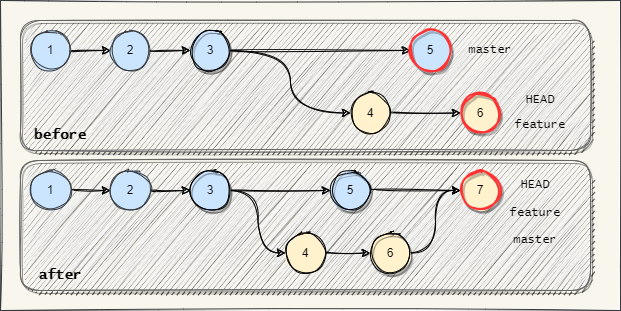
Above: Assets/images/git-merge-3-way.png in braboj/tutorial-git (draw.io), before the change. Source tidied: cells renumbered, new cells last; positions are measured from the earlier drawing's top-left corner, leaving out a move shared by most shapes.
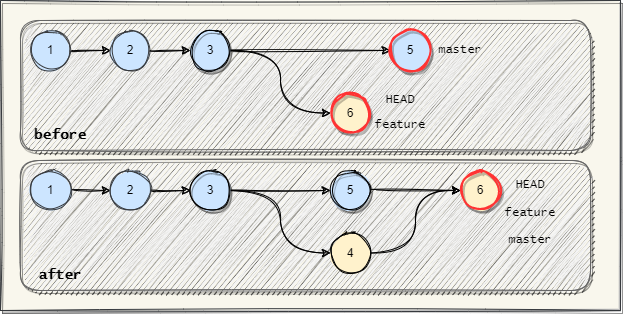
The same file after the commit.

The edit, as a diff of the source:
```diff
@@ -2,7 +2,7 @@
   <root>
     <mxCell id="0" />
     <mxCell id="1" parent="0" />
-    <mxCell id="2" style="rounded=0;whiteSpace=wrap;html=1;sketch=1;fillStyle=solid;fontFamily=Lucida Console;strokeColor=#36393d;fillColor=#f9f7ed;" parent="1" vertex="1">
+    <mxCell id="2" style="rounded=0;whiteSpace=wrap;html=1;sketch=1;fillStyle=solid;fontFamily=Lucida Console;strokeColor=#36393d;fillColor=#f9f7ed;shadow=1;" parent="1" vertex="1">
       <mxGeometry width="620" height="310" as="geometry" />
     </mxCell>
     <mxCell id="3" style="rounded=1;whiteSpace=wrap;html=1;sketch=1;fillStyle=zigzag;fillColor=#f5f5f5;fontColor=#333333;strokeColor=#666666;shadow=1;" parent="1" vertex="1">
@@ -20,38 +20,32 @@
     <mxCell id="7" value="2" style="ellipse;whiteSpace=wrap;html=1;sketch=1;rounded=0;fillColor=#cce5ff;strokeColor=#36393d;fillStyle=solid;" parent="1" vertex="1">
       <mxGeometry x="110" y="30" width="40" height="40" as="geometry" />
     </mxCell>
-    <mxCell id="8" style="edgeStyle=orthogonalEdgeStyle;rounded=0;jettySize=auto;html=1;entryX=0;entryY=0.5;entryDx=0;entryDy=0;sketch=1;curved=1;" parent="1" edge="1" source="10" target="12">
-      <mxGeometry relative="1" as="geometry" />
-    </mxCell>
     <mxCell id="9" style="edgeStyle=orthogonalEdgeStyle;curved=1;sketch=1;jettySize=auto;html=1;fontFamily=Lucida Console;fontSize=14;" parent="1" edge="1" source="10" target="18">
       <mxGeometry relative="1" as="geometry" />
     </mxCell>
+    <mxCell id="38" style="edgeStyle=orthogonalEdgeStyle;curved=1;sketch=1;jettySize=auto;html=1;entryX=0;entryY=0.5;entryDx=0;entryDy=0;fontFamily=Lucida Console;fontSize=14;" parent="1" edge="1" source="10" target="13">
+      <mxGeometry relative="1" as="geometry" />
+    </mxCell>
     <mxCell id="10" value="3" style="ellipse;whiteSpace=wrap;html=1;sketch=1;rounded=0;fillColor=#cce5ff;strokeColor=#000000;fillStyle=solid;strokeWidth=1;shadow=1;" parent="1" vertex="1">
       <mxGeometry x="190" y="30" width="40" height="40" as="geometry" />
     </mxCell>
-    <mxCell id="11" style="edgeStyle=orthogonalEdgeStyle;rounded=0;jettySize=auto;html=1;sketch=1;curved=1;" parent="1" edge="1" source="12" target="13">
-      <mxGeometry relative="1" as="geometry" />
-    </mxCell>
-    <mxCell id="12" value="4" style="ellipse;whiteSpace=wrap;html=1;sketch=1;rounded=0;fillColor=#fff2cc;strokeColor=#000000;fillStyle=solid;" parent="1" vertex="1">
-      <mxGeometry x="350" y="92.5" width="40" height="40" as="geometry" />
-    </mxCell>
     <mxCell id="13" value="6" style="ellipse;whiteSpace=wrap;html=1;sketch=1;rounded=0;fillColor=#fff2cc;strokeColor=#FF3333;fillStyle=solid;strokeWidth=2;shadow=1;" parent="1" vertex="1">
-      <mxGeometry x="460" y="92.5" width="40" height="40" as="geometry" />
+      <mxGeometry x="330" y="92.5" width="40" height="40" as="geometry" />
     </mxCell>
     <mxCell id="14" value="master" style="text;html=1;strokeColor=none;fillColor=none;align=center;verticalAlign=middle;whiteSpace=wrap;rounded=0;sketch=1;fontFamily=Lucida Console;" parent="1" vertex="1">
-      <mxGeometry x="460" y="35" width="60" height="30" as="geometry" />
+      <mxGeometry x="430" y="35" width="60" height="30" as="geometry" />
     </mxCell>
     <mxCell id="15" value="feature" style="text;html=1;strokeColor=none;fillColor=none;align=center;verticalAlign=middle;whiteSpace=wrap;rounded=0;sketch=1;fontFamily=Lucida Console;" parent="1" vertex="1">
-      <mxGeometry x="510" y="110" width="60" height="30" as="geometry" />
+      <mxGeometry x="370" y="110" width="60" height="30" as="geometry" />
     </mxCell>
     <mxCell id="16" value="HEAD" style="text;html=1;strokeColor=none;fillColor=none;align=center;verticalAlign=middle;whiteSpace=wrap;rounded=0;sketch=1;fontFamily=Lucida Console;" parent="1" vertex="1">
-      <mxGeometry x="510" y="85" width="60" height="30" as="geometry" />
+      <mxGeometry x="370" y="85" width="60" height="30" as="geometry" />
     </mxCell>
     <mxCell id="17" value="before" style="text;html=1;strokeColor=none;fillColor=none;align=center;verticalAlign=middle;whiteSpace=wrap;rounded=0;sketch=1;fillStyle=solid;fontFamily=Lucida Console;fontStyle=1;fontSize=14;" parent="1" vertex="1">
       <mxGeometry x="30" y="120" width="60" height="30" as="geometry" />
     </mxCell>
     <mxCell id="18" value="5" style="ellipse;whiteSpace=wrap;html=1;sketch=1;rounded=0;fillColor=#cce5ff;strokeColor=#FF3333;fillStyle=solid;strokeWidth=2;shadow=1;" parent="1" vertex="1">
-      <mxGeometry x="410" y="30" width="40" height="40" as="geometry" />
+      <mxGeometry x="390" y="30" width="40" height="40" as="geometry" />
     </mxCell>
     <mxCell id="19" style="rounded=1;whiteSpace=wrap;html=1;sketch=1;fillStyle=zigzag;fillColor=#f5f5f5;fontColor=#333333;strokeColor=#666666;shadow=1;" parent="1" vertex="1">
       <mxGeometry x="20" y="160" width="570" height="130" as="geometry" />
@@ -77,26 +71,20 @@
     <mxCell id="26" value="3" style="ellipse;whiteSpace=wrap;html=1;sketch=1;rounded=0;fillColor=#cce5ff;strokeColor=#000000;fillStyle=solid;strokeWidth=1;shadow=1;" parent="1" vertex="1">
       <mxGeometry x="190" y="170" width="40" height="40" as="geometry" />
     </mxCell>
-    <mxCell id="27" style="edgeStyle=orthogonalEdgeStyle;rounded=0;jettySize=auto;html=1;sketch=1;curved=1;" parent="1" edge="1" source="28" target="30">
-      <mxGeometry relative="1" as="geometry" />
-    </mxCell>
     <mxCell id="28" value="4" style="ellipse;whiteSpace=wrap;html=1;sketch=1;rounded=0;fillColor=#fff2cc;strokeColor=#000000;fillStyle=solid;" parent="1" vertex="1">
-      <mxGeometry x="285" y="232.5" width="40" height="40" as="geometry" />
+      <mxGeometry x="330" y="232.5" width="40" height="40" as="geometry" />
     </mxCell>
-    <mxCell id="29" style="edgeStyle=orthogonalEdgeStyle;sketch=1;jettySize=auto;html=1;fontFamily=Lucida Console;fontSize=14;curved=1;entryX=0;entryY=0.5;entryDx=0;entryDy=0;" parent="1" edge="1" source="30" target="37">
+    <mxCell id="29" style="edgeStyle=orthogonalEdgeStyle;sketch=1;jettySize=auto;html=1;fontFamily=Lucida Console;fontSize=14;curved=1;entryX=0;entryY=0.5;entryDx=0;entryDy=0;exitX=1;exitY=0.5;exitDx=0;exitDy=0;" parent="1" edge="1" source="28" target="37">
       <mxGeometry relative="1" as="geometry" />
     </mxCell>
-    <mxCell id="30" value="6" style="ellipse;whiteSpace=wrap;html=1;sketch=1;rounded=0;fillColor=#fff2cc;strokeColor=#000000;fillStyle=solid;strokeWidth=1;shadow=1;" parent="1" vertex="1">
-      <mxGeometry x="370" y="232.5" width="40" height="40" as="geometry" />
-    </mxCell>
     <mxCell id="31" value="master" style="text;html=1;strokeColor=none;fillColor=none;align=center;verticalAlign=middle;whiteSpace=wrap;rounded=0;sketch=1;fontFamily=Lucida Console;" parent="1" vertex="1">
-      <mxGeometry x="505" y="225" width="60" height="30" as="geometry" />
+      <mxGeometry x="500" y="225" width="60" height="30" as="geometry" />
     </mxCell>
     <mxCell id="32" value="feature" style="text;html=1;strokeColor=none;fillColor=none;align=center;verticalAlign=middle;whiteSpace=wrap;rounded=0;sketch=1;fontFamily=Lucida Console;" parent="1" vertex="1">
-      <mxGeometry x="505" y="197.5" width="60" height="30" as="geometry" />
+      <mxGeometry x="500" y="197.5" width="60" height="30" as="geometry" />
     </mxCell>
     <mxCell id="33" value="HEAD" style="text;html=1;strokeColor=none;fillColor=none;align=center;verticalAlign=middle;whiteSpace=wrap;rounded=0;sketch=1;fontFamily=Lucida Console;" parent="1" vertex="1">
-      <mxGeometry x="505" y="170" width="60" height="30" as="geometry" />
+      <mxGeometry x="500" y="170" width="60" height="30" as="geometry" />
     </mxCell>
     <mxCell id="34" value="after" style="text;html=1;strokeColor=none;fillColor=none;align=center;verticalAlign=middle;whiteSpace=wrap;rounded=0;sketch=1;fillStyle=solid;fontFamily=Lucida Console;fontStyle=1;fontSize=14;" parent="1" vertex="1">
       <mxGeometry x="30" y="260" width="60" height="30" as="geometry" />
@@ -107,7 +95,7 @@
     <mxCell id="36" value="5" style="ellipse;whiteSpace=wrap;html=1;sketch=1;rounded=0;fillColor=#cce5ff;strokeColor=#000000;fillStyle=solid;strokeWidth=1;shadow=1;" parent="1" vertex="1">
       <mxGeometry x="330" y="170" width="40" height="40" as="geometry" />
     </mxCell>
-    <mxCell id="37" value="7" style="ellipse;whiteSpace=wrap;html=1;sketch=1;rounded=0;fillColor=#fff2cc;strokeColor=#FF3333;fillStyle=solid;strokeWidth=2;shadow=1;" parent="1" vertex="1">
+    <mxCell id="37" value="6" style="ellipse;whiteSpace=wrap;html=1;sketch=1;rounded=0;fillColor=#fff2cc;strokeColor=#FF3333;fillStyle=solid;strokeWidth=2;shadow=1;" parent="1" vertex="1">
       <mxGeometry x="460" y="170" width="40" height="40" as="geometry" />
     </mxCell>
   </root>
```
